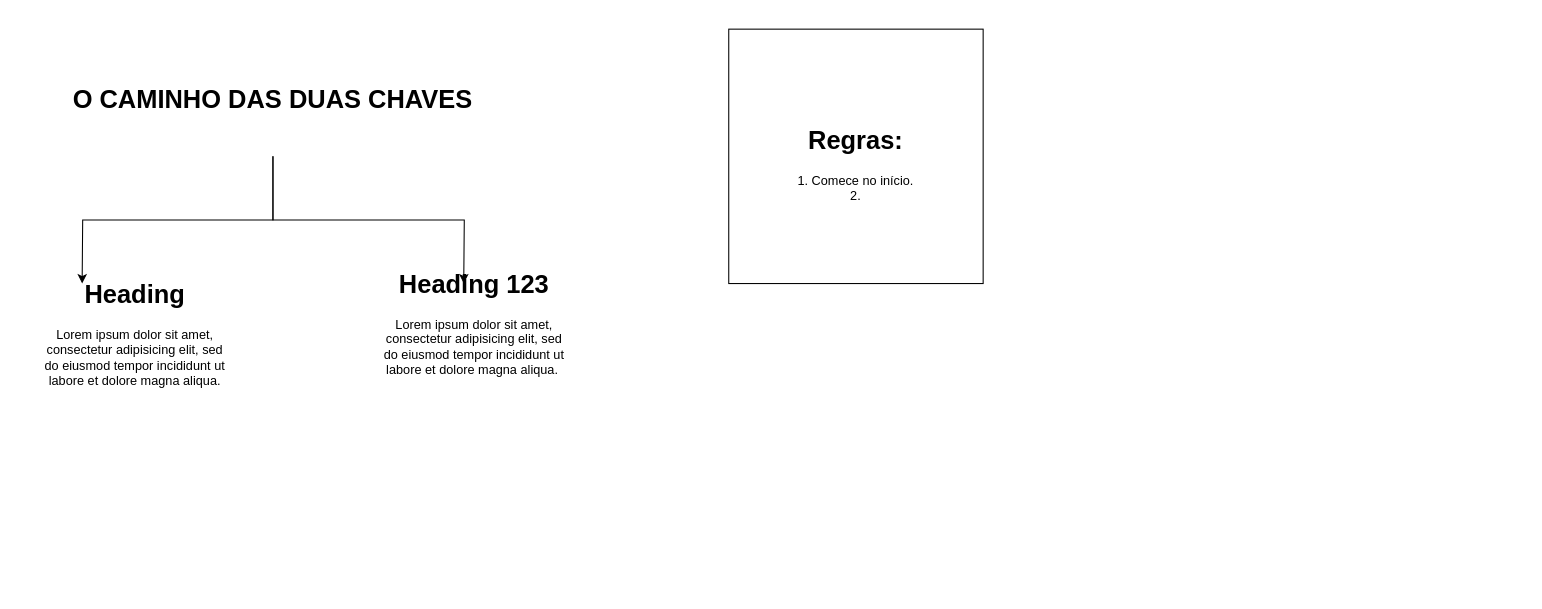
Above: info.drawio in Paula-Machado7/o-caminho-das-duas-chaves (draw.io), before the change. Source tidied: cells renumbered, new cells numbered last; positions are measured from the earlier drawing's top-left corner, leaving out a move shared by most shapes. Both pictures are drawn from the tidied source at 106%, with x=0, y=0 at pixel (18, 29).
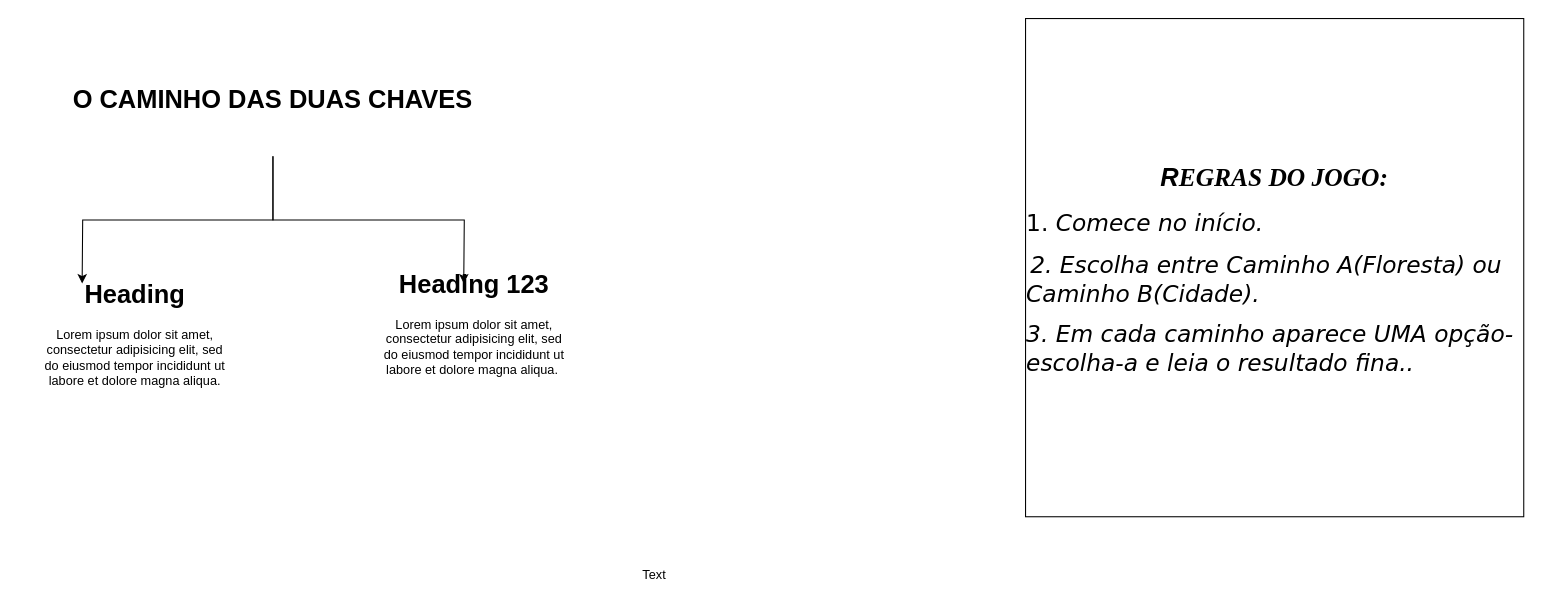
The same page after the edit.

Change to the diagram source:
```diff
@@
 <mxGraphModel>
   <root>
     <mxCell id="0" />
     <mxCell id="1" parent="0" />
     <mxCell id="2" style="edgeStyle=orthogonalEdgeStyle;rounded=0;jettySize=auto;html=1;" parent="1" edge="1" source="4">
       <mxGeometry relative="1" as="geometry">
         <mxPoint x="60" y="240" as="targetPoint" />
       </mxGeometry>
     </mxCell>
     <mxCell id="3" style="edgeStyle=orthogonalEdgeStyle;rounded=0;jettySize=auto;html=1;" parent="1" edge="1" source="4">
       <mxGeometry relative="1" as="geometry">
         <mxPoint x="420" y="240" as="targetPoint" />
       </mxGeometry>
     </mxCell>
     <mxCell id="4" value="&lt;h1&gt;O CAMINHO DAS DUAS CHAVES&lt;/h1&gt;" style="text;html=1;whiteSpace=wrap;overflow=hidden;rounded=0;align=center;" parent="1" vertex="1">
       <mxGeometry y="30" width="480" height="90" as="geometry" />
     </mxCell>
     <mxCell id="5" value="&lt;h1 style=&quot;margin-top: 0px;&quot;&gt;Heading&lt;/h1&gt;&lt;p&gt;Lorem ipsum dolor sit amet, consectetur adipisicing elit, sed do eiusmod tempor incididunt ut labore et dolore magna aliqua.&lt;/p&gt;" style="text;html=1;whiteSpace=wrap;overflow=hidden;rounded=0;align=center;" parent="1" vertex="1">
       <mxGeometry x="20" y="230" width="180" height="120" as="geometry" />
     </mxCell>
     <mxCell id="6" value="&lt;h1 style=&quot;margin-top: 0px;&quot;&gt;Heading 123&lt;/h1&gt;&lt;p&gt;Lorem ipsum dolor sit amet, consectetur adipisicing elit, sed do eiusmod tempor incididunt ut labore et dolore magna aliqua.&amp;nbsp;&lt;/p&gt;" style="text;html=1;whiteSpace=wrap;overflow=hidden;rounded=0;align=center;" parent="1" vertex="1">
       <mxGeometry x="340" y="220" width="180" height="120" as="geometry" />
     </mxCell>
-    <mxCell id="7" value="&lt;h1&gt;Regras:&lt;/h1&gt;&lt;div&gt;1. Comece no início.&lt;/div&gt;&lt;div&gt;2.&lt;/div&gt;" style="whiteSpace=wrap;html=1;align=center;" parent="1" vertex="1">
-      <mxGeometry x="670" width="240" height="240" as="geometry" />
+    <mxCell id="7" value="&lt;h1&gt;&lt;i&gt;R&lt;font face=&quot;Times New Roman&quot;&gt;EGRAS DO JOGO:&lt;/font&gt;&lt;/i&gt;&lt;/h1&gt;&lt;h3 style=&quot;text-align: left;&quot;&gt;&lt;span style=&quot;background-color: transparent; font-weight: normal; font-size: 22px;&quot;&gt;&lt;font face=&quot;Verdana&quot;&gt;1. &lt;i&gt;Comece no início.&lt;/i&gt;&lt;/font&gt;&lt;/span&gt;&lt;/h3&gt;&lt;p style=&quot;text-align: left;&quot;&gt;&lt;font face=&quot;Verdana&quot;&gt;&lt;span style=&quot;background-color: transparent;&quot;&gt;&amp;nbsp;&lt;/span&gt;&lt;/font&gt;&lt;font style=&quot;background-color: transparent;&quot; face=&quot;Verdana&quot;&gt;&lt;font style=&quot;background-color: transparent; font-size: 22px;&quot;&gt;&lt;i&gt;2.&amp;nbsp;&lt;/i&gt;&lt;/font&gt;&lt;/font&gt;&lt;i style=&quot;background-color: transparent; font-size: 22px; font-family: Verdana;&quot;&gt;Escolha entre Caminho A(Floresta) ou Caminho B(Cidade).&lt;/i&gt;&lt;/p&gt;&lt;p style=&quot;text-align: left;&quot;&gt;&lt;i style=&quot;background-color: transparent; font-size: 22px; font-family: Verdana;&quot;&gt;3. Em cada caminho aparece UMA opção- escolha-a e leia o resultado fina..&lt;/i&gt;&lt;/p&gt;" style="whiteSpace=wrap;html=1;align=center;" parent="1" vertex="1">
+      <mxGeometry x="950" y="-10" width="470" height="470" as="geometry" />
     </mxCell>
+    <mxCell id="8" value="Text" style="text;html=1;whiteSpace=wrap;strokeColor=none;fillColor=none;align=center;verticalAlign=middle;rounded=0;" parent="1" vertex="1">
+      <mxGeometry x="570" y="500" width="60" height="30" as="geometry" />
+    </mxCell>
   </root>
 </mxGraphModel>
```
